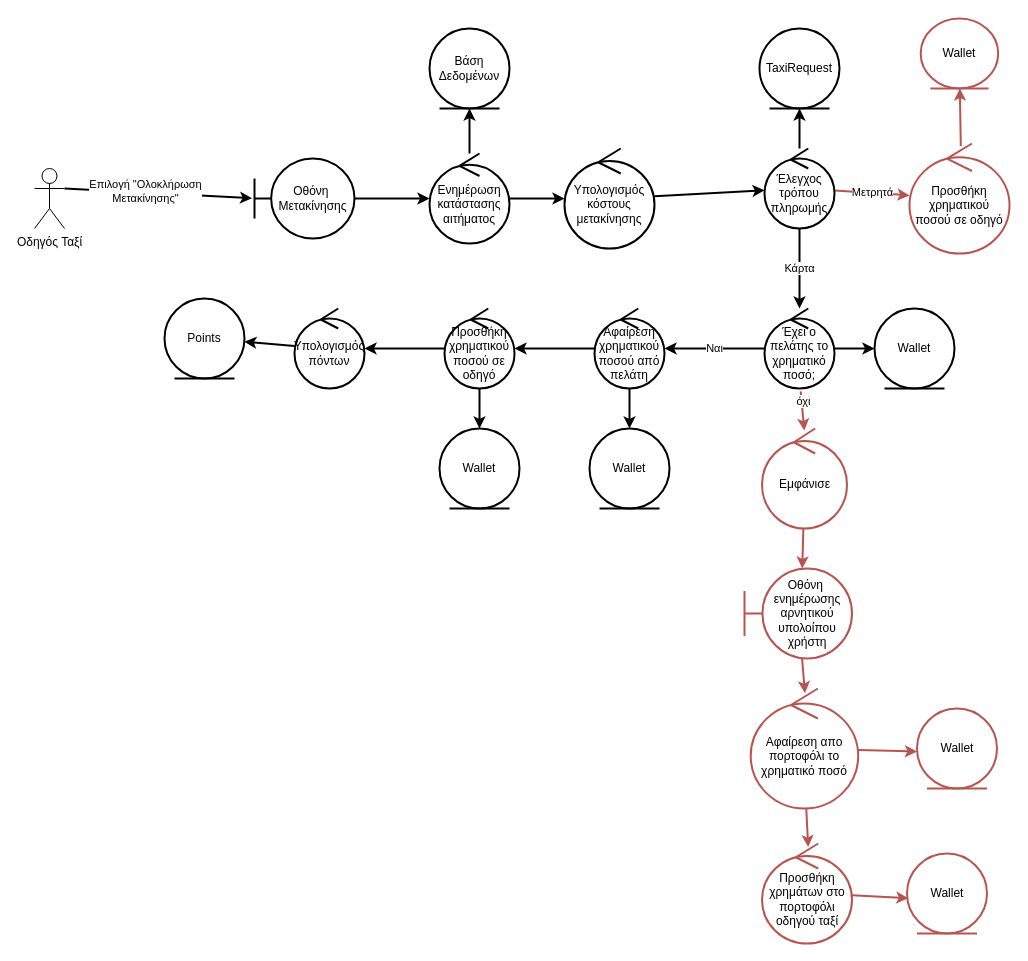
Nikolis2002/texnoligia_logismikou keeps this draw.io diagram as Part_2/Robustness/diagrams/10_Αποβίβαση_από_Ταξί.drawio. Above is the earlier version. Source tidied: cells renumbered, new cells numbered last; positions are measured from the earlier drawing's top-left corner, leaving out a move shared by most shapes. Both pictures are drawn from the tidied source at 100%, with x=0, y=0 at pixel (34, 18).
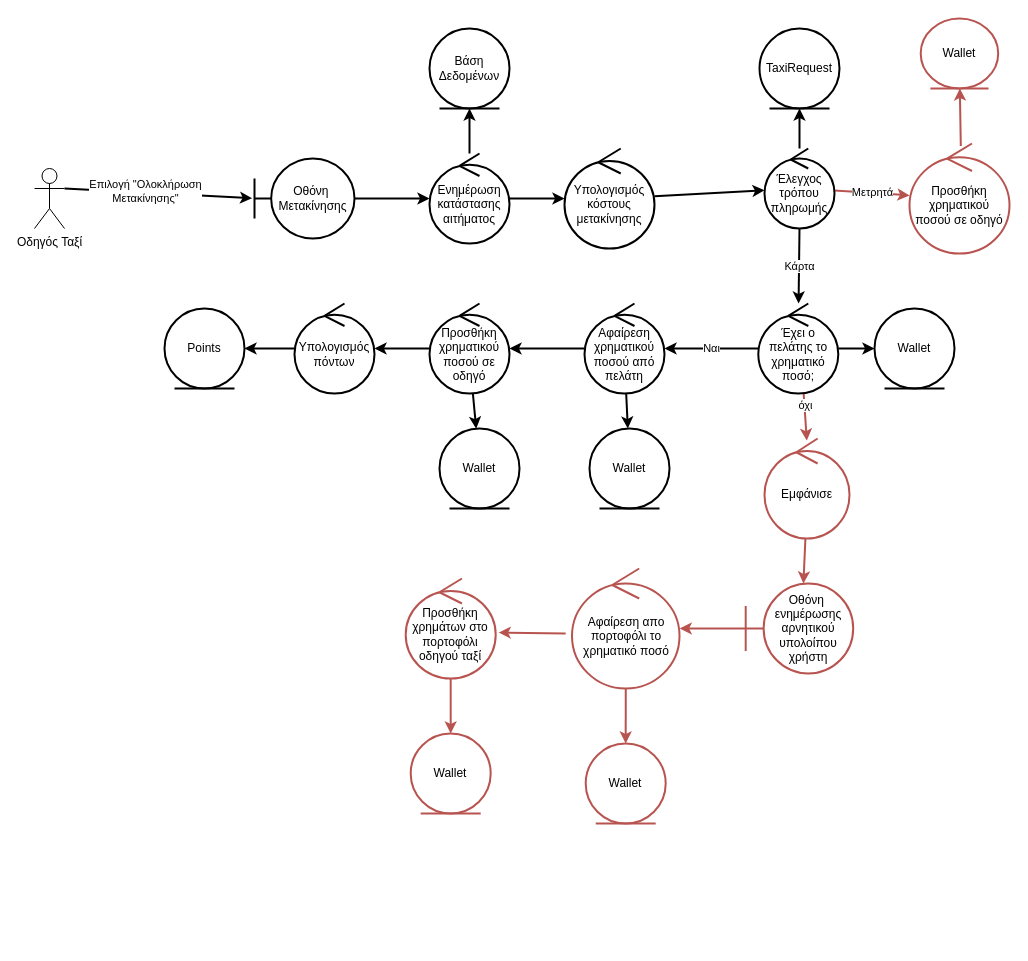
The same diagram, later.

Change to the diagram source:
```diff
@@
-    <mxCell id="20" style="edgeStyle=none;html=1;strokeColor=#B85450;entryX=0.498;entryY=0.021;entryDx=0;entryDy=0;entryPerimeter=0;exitX=0.517;exitY=1.035;exitDx=0;exitDy=0;exitPerimeter=0;strokeWidth=2;" parent="1" edge="1" source="22" target="46">
+    <mxCell id="20" style="edgeStyle=none;html=1;strokeColor=#B85450;entryX=0.498;entryY=0.021;entryDx=0;entryDy=0;entryPerimeter=0;exitX=0.566;exitY=0.989;exitDx=0;exitDy=0;exitPerimeter=0;strokeWidth=2;" parent="1" edge="1" source="22" target="46">
       <mxGeometry relative="1" as="geometry" />
     </mxCell>
@@
     <mxCell id="22" value="Έχει ο πελάτης το χρηματικό ποσό;" style="ellipse;shape=umlControl;whiteSpace=wrap;html=1;strokeWidth=2;" parent="1" vertex="1">
-      <mxGeometry x="730" y="290" width="70" height="80" as="geometry" />
+      <mxGeometry x="723.8" y="285" width="80" height="90" as="geometry" />
     </mxCell>
@@
     <mxCell id="26" value="Αφαίρεση χρηματικού ποσού από πελάτη" style="ellipse;shape=umlControl;whiteSpace=wrap;html=1;strokeWidth=2;" parent="1" vertex="1">
-      <mxGeometry x="560" y="290" width="70" height="80" as="geometry" />
+      <mxGeometry x="550" y="285" width="80" height="90" as="geometry" />
     </mxCell>
@@
     <mxCell id="30" value="Προσθήκη χρηματικού ποσού σε οδηγό" style="ellipse;shape=umlControl;whiteSpace=wrap;html=1;strokeWidth=2;" parent="1" vertex="1">
-      <mxGeometry x="410" y="290" width="70" height="80" as="geometry" />
+      <mxGeometry x="395" y="285" width="80" height="90" as="geometry" />
     </mxCell>
@@
     <mxCell id="33" value="Υπολογισμός πόντων" style="ellipse;shape=umlControl;whiteSpace=wrap;html=1;strokeWidth=2;" parent="1" vertex="1">
-      <mxGeometry x="260" y="290" width="70" height="80" as="geometry" />
+      <mxGeometry x="260" y="285" width="80" height="90" as="geometry" />
     </mxCell>
     <mxCell id="34" value="Points" style="ellipse;shape=umlEntity;whiteSpace=wrap;html=1;strokeWidth=2;" parent="1" vertex="1">
-      <mxGeometry x="130" y="280" width="80" height="80" as="geometry" />
+      <mxGeometry x="130" y="290" width="80" height="80" as="geometry" />
     </mxCell>
@@
-    <mxCell id="38" style="edgeStyle=none;html=1;entryX=0.513;entryY=0.036;entryDx=0;entryDy=0;entryPerimeter=0;strokeColor=#B85450;strokeWidth=2;" parent="1" edge="1" source="40" target="43">
-      <mxGeometry relative="1" as="geometry" />
+    <mxCell id="38" style="edgeStyle=none;html=1;entryX=1.033;entryY=0.54;entryDx=0;entryDy=0;entryPerimeter=0;strokeColor=#B85450;strokeWidth=2;" parent="1" edge="1" target="43">
+      <mxGeometry relative="1" as="geometry">
+        <mxPoint x="531.2" y="615" as="sourcePoint" />
+      </mxGeometry>
     </mxCell>
-    <mxCell id="39" style="edgeStyle=none;html=1;entryX=0;entryY=0.538;entryDx=0;entryDy=0;entryPerimeter=0;strokeColor=#B85450;strokeWidth=2;" parent="1" edge="1" source="40" target="41">
+    <mxCell id="39" style="edgeStyle=none;html=1;entryX=0.5;entryY=0;entryDx=0;entryDy=0;strokeColor=#B85450;strokeWidth=2;" parent="1" edge="1" source="40" target="41">
       <mxGeometry relative="1" as="geometry" />
     </mxCell>
     <mxCell id="40" value="Αφαίρεση απο πορτοφόλι το χρηματικό ποσό" style="ellipse;shape=umlControl;whiteSpace=wrap;html=1;strokeColor=#B85450;strokeWidth=2;" parent="1" vertex="1">
-      <mxGeometry x="716.2" y="670" width="107.5" height="120" as="geometry" />
+      <mxGeometry x="537.5" y="550" width="107.5" height="120" as="geometry" />
     </mxCell>
     <mxCell id="41" value="Wallet" style="ellipse;shape=umlEntity;whiteSpace=wrap;html=1;fillColor=none;strokeColor=#b85450;strokeWidth=2;" parent="1" vertex="1">
-      <mxGeometry x="882.5" y="690" width="80" height="80" as="geometry" />
+      <mxGeometry x="551.2" y="725" width="80" height="80" as="geometry" />
     </mxCell>
-    <mxCell id="42" style="edgeStyle=none;html=1;entryX=0.017;entryY=0.558;entryDx=0;entryDy=0;entryPerimeter=0;strokeColor=#B85450;strokeWidth=2;" parent="1" edge="1" source="43" target="44">
+    <mxCell id="42" style="edgeStyle=none;html=1;entryX=0.5;entryY=0;entryDx=0;entryDy=0;strokeColor=#B85450;strokeWidth=2;" parent="1" edge="1" source="43" target="44">
       <mxGeometry relative="1" as="geometry" />
     </mxCell>
     <mxCell id="43" value="Προσθήκη χρημάτων στο πορτοφόλι οδηγού ταξί" style="ellipse;shape=umlControl;whiteSpace=wrap;html=1;strokeColor=#B85450;strokeWidth=2;" parent="1" vertex="1">
-      <mxGeometry x="727.5" y="825" width="90" height="100" as="geometry" />
+      <mxGeometry x="371.2" y="560" width="90" height="100" as="geometry" />
     </mxCell>
     <mxCell id="44" value="Wallet" style="ellipse;shape=umlEntity;whiteSpace=wrap;html=1;fillColor=none;strokeColor=#b85450;strokeWidth=2;" parent="1" vertex="1">
-      <mxGeometry x="872.5" y="835" width="80" height="80" as="geometry" />
+      <mxGeometry x="376.2" y="715" width="80" height="80" as="geometry" />
     </mxCell>
@@
     <mxCell id="46" value="Εμφάνισε" style="ellipse;shape=umlControl;whiteSpace=wrap;html=1;strokeColor=#B85450;strokeWidth=2;" parent="1" vertex="1">
-      <mxGeometry x="727.5" y="410" width="85" height="100" as="geometry" />
+      <mxGeometry x="730" y="420" width="85" height="100" as="geometry" />
     </mxCell>
-    <mxCell id="47" style="edgeStyle=none;html=1;entryX=0.505;entryY=0.039;entryDx=0;entryDy=0;entryPerimeter=0;strokeColor=#B85450;strokeWidth=2;" parent="1" edge="1" source="48" target="40">
+    <mxCell id="47" style="edgeStyle=none;html=1;entryX=1.002;entryY=0.5;entryDx=0;entryDy=0;entryPerimeter=0;strokeColor=#B85450;strokeWidth=2;" parent="1" edge="1" source="48" target="40">
       <mxGeometry relative="1" as="geometry" />
     </mxCell>
     <mxCell id="48" value="Οθόνη&amp;nbsp; ενημέρωσης&lt;br&gt;αρνητικού υπολοίπου χρήστη" style="shape=umlBoundary;whiteSpace=wrap;html=1;strokeColor=#B85450;strokeWidth=2;" parent="1" vertex="1">
-      <mxGeometry x="710" y="550" width="107.5" height="90" as="geometry" />
+      <mxGeometry x="711.2" y="565" width="107.5" height="90" as="geometry" />
     </mxCell>
```
